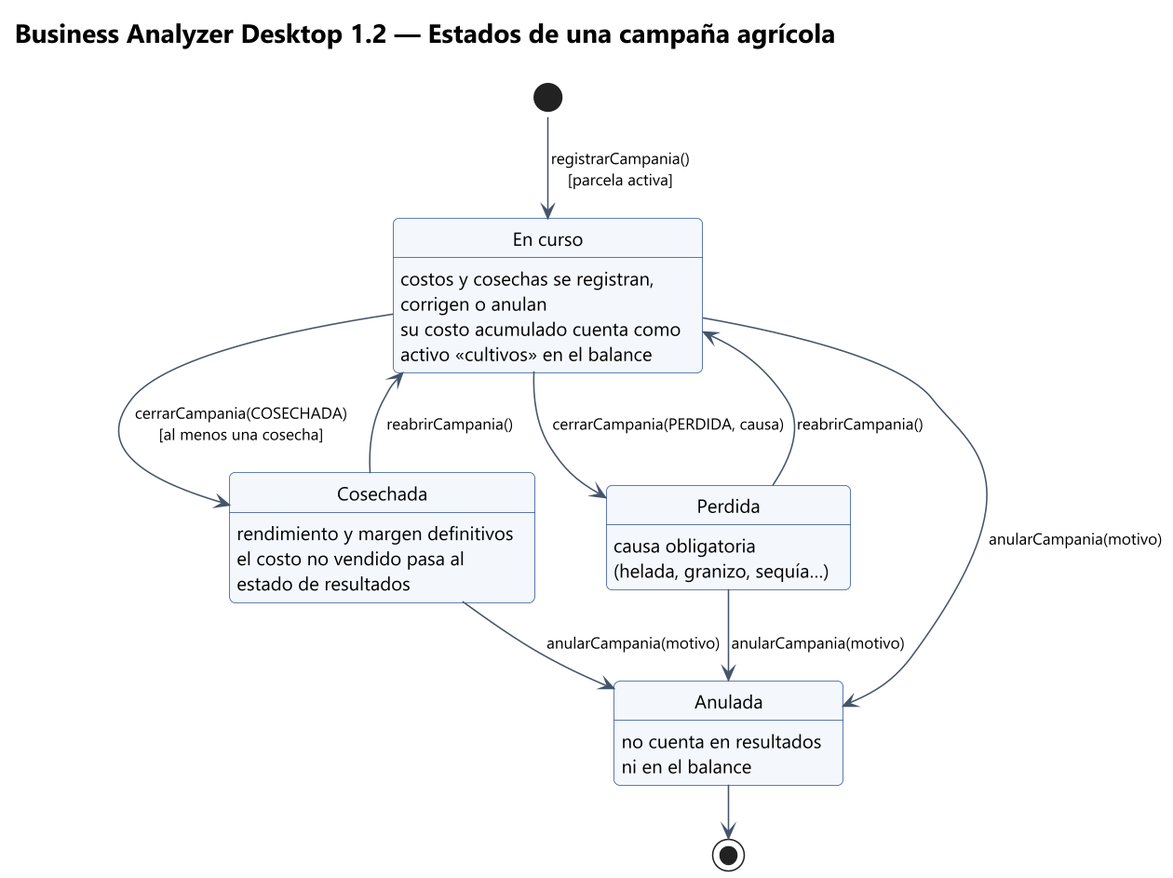
This is docs/uml/png/07-estados-campania.png from fabrizzio122/proyecto-estadistic, a PlantUML export, as it was before one commit.
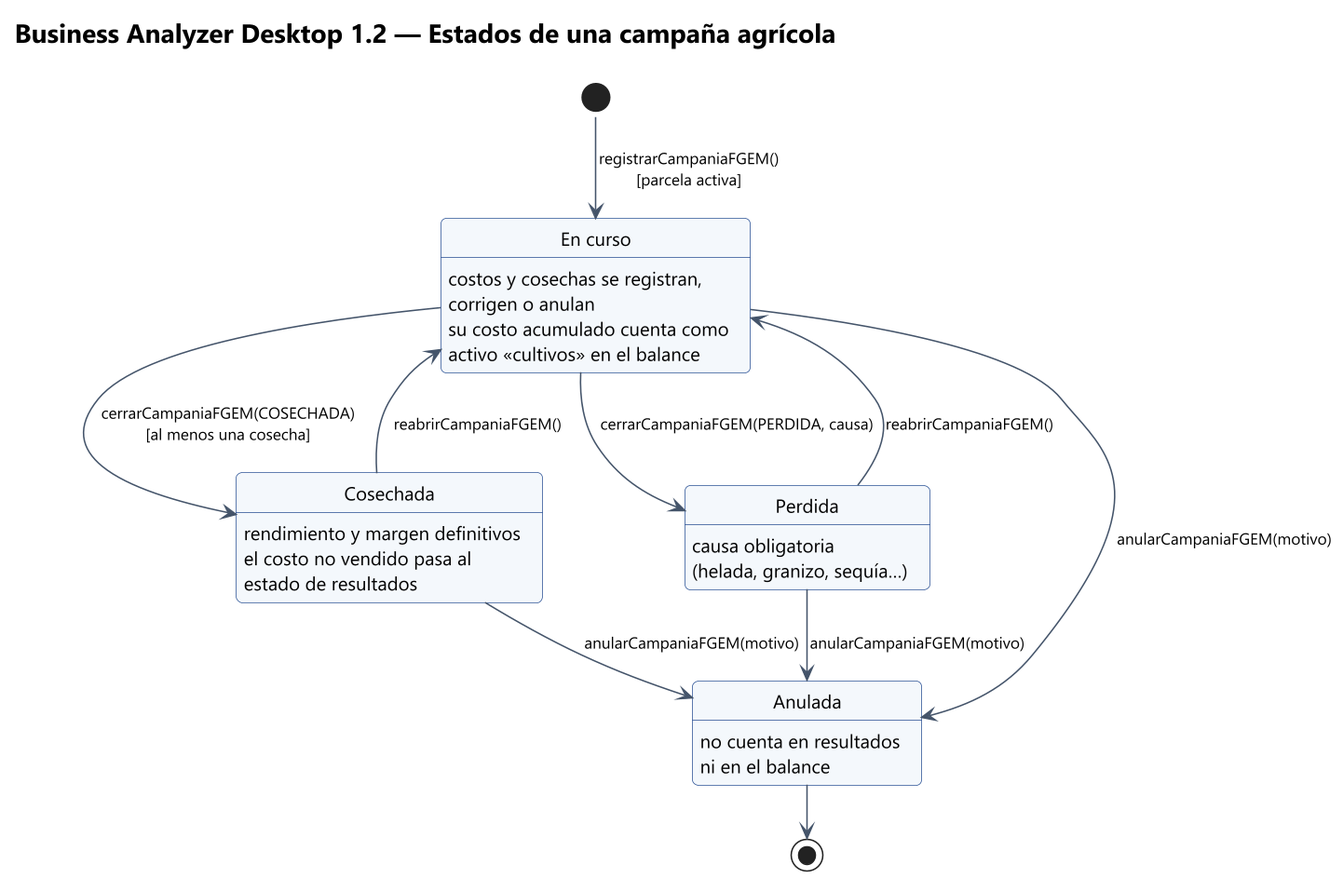
The same diagram one commit later.

The edit, as a diff of the source:
```diff
@@ -2,7 +2,7 @@
 !include estilo.iuml
 title Business Analyzer Desktop 1.2 — Estados de una campaña agrícola
 
-[*] --> EN_CURSO : registrarCampania()\n[parcela activa]
+[*] --> EN_CURSO : registrarCampaniaFGEM()\n[parcela activa]
 
 state "En curso" as EN_CURSO
 EN_CURSO : costos y cosechas se registran,\ncorrigen o anulan
@@ -18,12 +18,12 @@
 state "Anulada" as ANULADA
 ANULADA : no cuenta en resultados\nni en el balance
 
-EN_CURSO --> COSECHADA : cerrarCampania(COSECHADA)\n[al menos una cosecha]
-EN_CURSO --> PERDIDA : cerrarCampania(PERDIDA, causa)
-COSECHADA --> EN_CURSO : reabrirCampania()
-PERDIDA --> EN_CURSO : reabrirCampania()
-EN_CURSO --> ANULADA : anularCampania(motivo)
-COSECHADA --> ANULADA : anularCampania(motivo)
-PERDIDA --> ANULADA : anularCampania(motivo)
+EN_CURSO --> COSECHADA : cerrarCampaniaFGEM(COSECHADA)\n[al menos una cosecha]
+EN_CURSO --> PERDIDA : cerrarCampaniaFGEM(PERDIDA, causa)
+COSECHADA --> EN_CURSO : reabrirCampaniaFGEM()
+PERDIDA --> EN_CURSO : reabrirCampaniaFGEM()
+EN_CURSO --> ANULADA : anularCampaniaFGEM(motivo)
+COSECHADA --> ANULADA : anularCampaniaFGEM(motivo)
+PERDIDA --> ANULADA : anularCampaniaFGEM(motivo)
 ANULADA --> [*]
 @enduml
```
